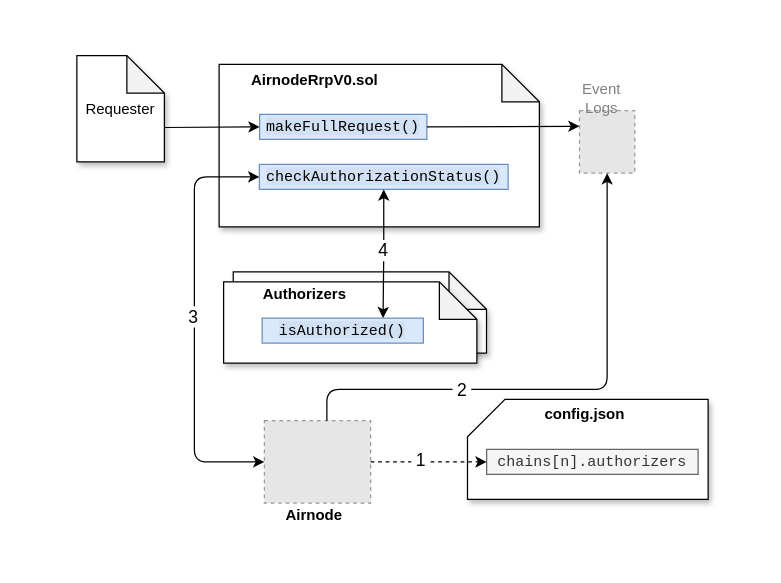
Earlier version of the draw.io diagram docs/reference/airnode/latest/assets/diagrams/concepts-authorizers.drawio (api3dao/vitepress-docs). Source tidied: cells renumbered, new cells numbered last; positions are measured from the earlier drawing's top-left corner, leaving out a move shared by most shapes. Both pictures are drawn from the tidied source at 125%, with x=0, y=0 at pixel (76, 55). Pictures stored in the file or linked from it are replaced by grey dashed boxes.
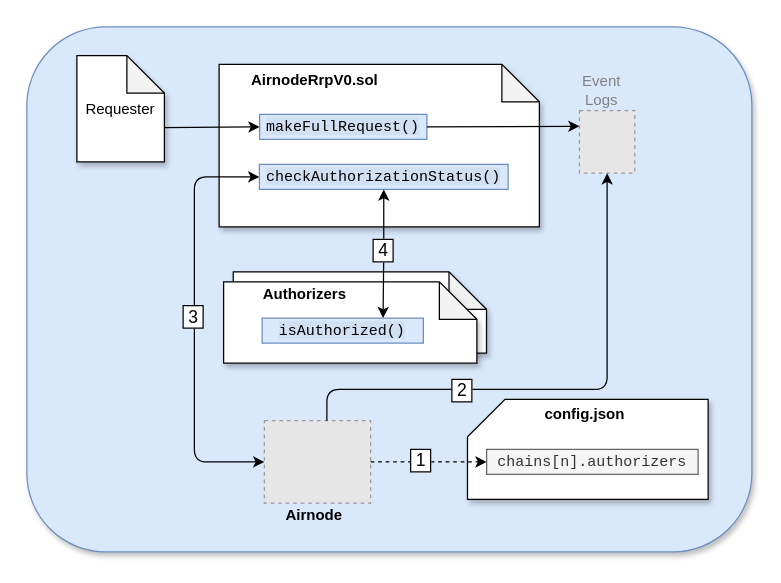
The same page after the edit.

The change refers to these unchanged cells:
```xml
<mxCell id="10" style="endArrow=classic;html=1;exitX=1;exitY=0.5;exitDx=0;exitDy=0;startArrow=none;startFill=0;rounded=1;dashed=1;" parent="1" edge="1" source="4" target="12">
  <mxGeometry relative="1" as="geometry" />
</mxCell>
<mxCell id="16" style="edgeStyle=orthogonalEdgeStyle;rounded=1;jettySize=auto;html=1;startArrow=classic;startFill=1;entryX=0;entryY=0.5;entryDx=0;entryDy=0;exitX=0;exitY=0.5;exitDx=0;exitDy=0;" parent="1" edge="1" source="4" target="8">
  <mxGeometry relative="1" as="geometry">
    <Array as="points">
      <mxPoint x="94" y="325" />
      <mxPoint x="94" y="97" />
    </Array>
  </mxGeometry>
</mxCell>
<mxCell id="18" style="edgeStyle=orthogonalEdgeStyle;rounded=1;jettySize=auto;html=1;startArrow=none;startFill=0;entryX=0.5;entryY=1;entryDx=0;entryDy=0;" parent="1" edge="1" source="4" target="14">
  <mxGeometry relative="1" as="geometry">
    <Array as="points">
      <mxPoint x="200" y="267" />
      <mxPoint x="424" y="267" />
    </Array>
  </mxGeometry>
</mxCell>
<mxCell id="25" style="edgeStyle=orthogonalEdgeStyle;rounded=0;jettySize=auto;html=1;entryX=0.75;entryY=0;entryDx=0;entryDy=0;startArrow=classic;startFill=1;" parent="1" edge="1" source="8" target="24">
  <mxGeometry relative="1" as="geometry" />
</mxCell>
```

Diff of the diagram source:
```diff
@@
+    <mxCell id="28" style="rounded=1;whiteSpace=wrap;html=1;fillColor=#dae8fc;strokeColor=#6c8ebf;shadow=1;" parent="1" vertex="1">
+      <mxGeometry x="-40" y="-23" width="580" height="420" as="geometry" />
+    </mxCell>
@@
-    <mxCell id="11" value="&lt;font style=&quot;font-size: 14px&quot;&gt;&amp;nbsp;1&amp;nbsp;&lt;/font&gt;" style="edgeLabel;html=1;align=center;verticalAlign=middle;" parent="10" vertex="1">
+    <mxCell id="11" value="&lt;font style=&quot;font-size: 14px&quot;&gt;&amp;nbsp;1&amp;nbsp;&lt;/font&gt;" style="edgeLabel;html=1;align=center;verticalAlign=middle;labelBorderColor=default;" parent="10" vertex="1">
       <mxGeometry x="-0.12" y="-1" relative="1" as="geometry">
         <mxPoint x="-2" y="-3" as="offset" />
       </mxGeometry>
     </mxCell>
@@
     <mxCell id="15" value="&lt;font color=&quot;#808080&quot;&gt;Event&lt;br&gt;Logs&lt;/font&gt;" style="text;html=1;strokeColor=none;fillColor=none;align=center;verticalAlign=middle;whiteSpace=wrap;rounded=0;shadow=1;sketch=0;" parent="1" vertex="1">
-      <mxGeometry x="400.3" y="24" width="40" height="20" as="geometry" />
+      <mxGeometry x="400.3" y="18" width="40" height="20" as="geometry" />
     </mxCell>
@@
-    <mxCell id="17" value="&lt;font style=&quot;font-size: 14px&quot;&gt;3&lt;/font&gt;" style="edgeLabel;html=1;align=center;verticalAlign=middle;" parent="16" vertex="1">
+    <mxCell id="17" value="&lt;font style=&quot;font-size: 14px&quot;&gt;&amp;nbsp;3&amp;nbsp;&lt;/font&gt;" style="edgeLabel;html=1;align=center;verticalAlign=middle;labelBorderColor=default;" parent="16" vertex="1">
       <mxGeometry x="0.03" y="1" relative="1" as="geometry">
         <mxPoint x="-1" as="offset" />
       </mxGeometry>
     </mxCell>
@@
-    <mxCell id="19" value="&lt;font style=&quot;font-size: 14px&quot;&gt;&amp;nbsp;2&amp;nbsp;&lt;/font&gt;" style="edgeLabel;html=1;align=center;verticalAlign=middle;" parent="18" vertex="1">
+    <mxCell id="19" value="&lt;font style=&quot;font-size: 14px&quot;&gt;&amp;nbsp;2&amp;nbsp;&lt;/font&gt;" style="edgeLabel;html=1;align=center;verticalAlign=middle;labelBorderColor=default;" parent="18" vertex="1">
       <mxGeometry x="-0.06" y="-1" relative="1" as="geometry">
         <mxPoint x="-66" y="-1" as="offset" />
       </mxGeometry>
     </mxCell>
@@
-    <mxCell id="26" value="&lt;font style=&quot;font-size: 14px&quot;&gt;&amp;nbsp;&lt;font style=&quot;font-size: 14px&quot;&gt;4&lt;/font&gt;&amp;nbsp;&lt;/font&gt;" style="edgeLabel;html=1;align=center;verticalAlign=middle;" parent="25" vertex="1">
+    <mxCell id="26" value="&lt;font style=&quot;font-size: 14px&quot;&gt;&amp;nbsp;&lt;font style=&quot;font-size: 14px&quot;&gt;4&lt;/font&gt;&amp;nbsp;&lt;/font&gt;" style="edgeLabel;html=1;align=center;verticalAlign=middle;labelBorderColor=default;" parent="25" vertex="1">
       <mxGeometry x="0.03" y="1" relative="1" as="geometry">
         <mxPoint x="-1" y="-4" as="offset" />
       </mxGeometry>
     </mxCell>
```
